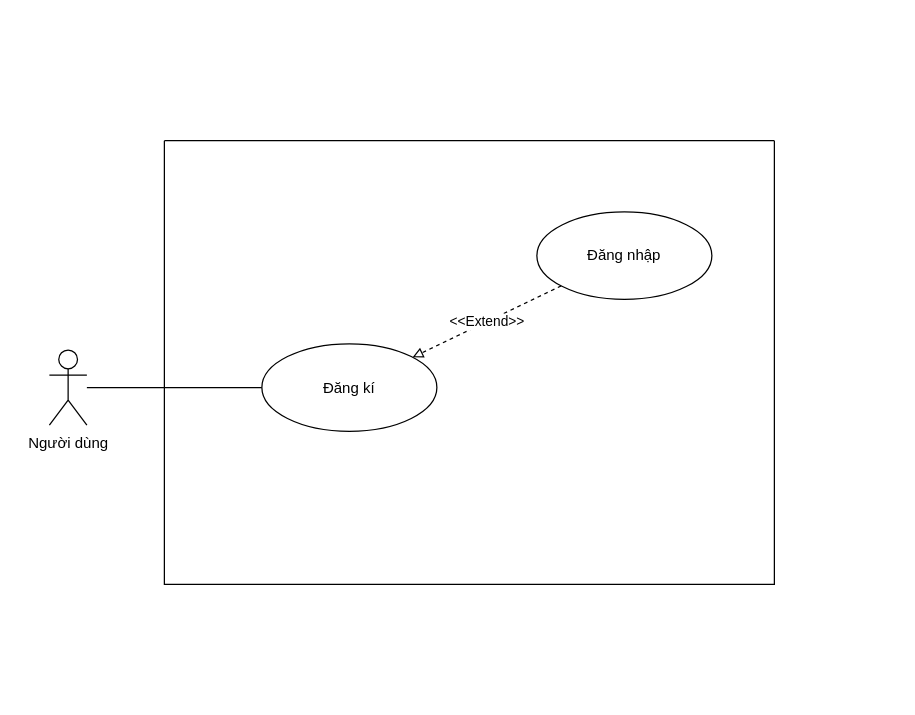
Above: Nam3_HK1/CNPM_SoftTech/Usecase Diagrams/UD_4_Purchase.drawio in EdgarIgnite16/SGU-Course (draw.io), before the change. Source tidied: cells renumbered, new cells numbered last; positions are measured from the earlier drawing's top-left corner, leaving out a move shared by most shapes. Both pictures are drawn from the tidied source at 125%, with x=0, y=0 at pixel (49, 140).
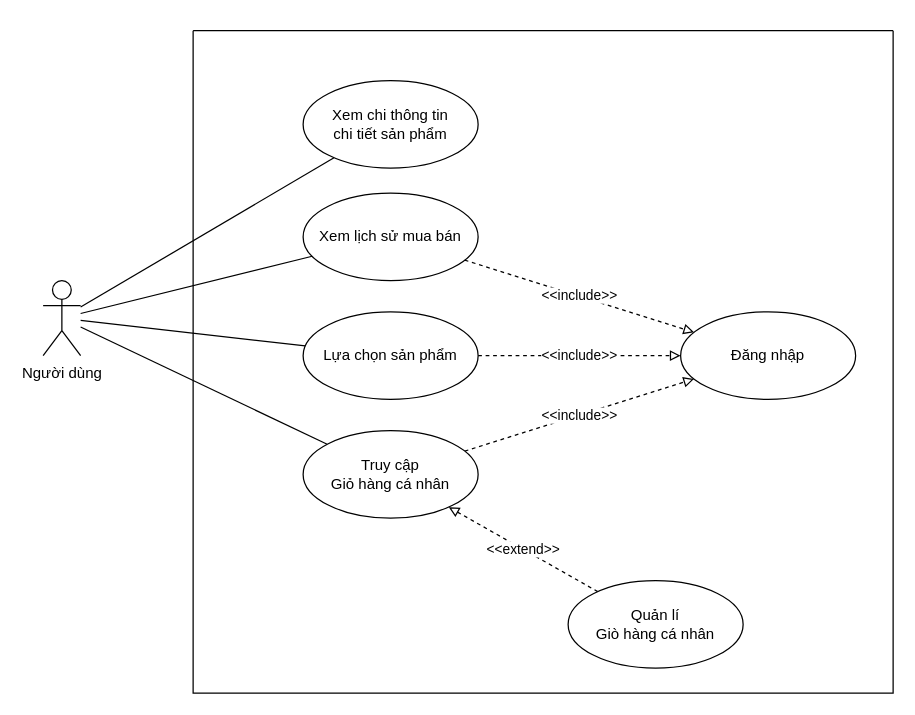
Above is the later version.

Diff of the diagram source:
```diff
@@
 <mxGraphModel>
   <root>
     <mxCell id="0" />
     <mxCell id="1" parent="0" />
     <mxCell id="2" style="rounded=0;jettySize=auto;html=1;endArrow=none;endFill=0;" parent="1" edge="1" source="3" target="5">
       <mxGeometry relative="1" as="geometry" />
     </mxCell>
+    <mxCell id="9" style="edgeStyle=none;rounded=0;jettySize=auto;html=1;startArrow=none;startFill=0;endArrow=none;endFill=0;" parent="1" edge="1" source="3" target="15">
+      <mxGeometry relative="1" as="geometry" />
+    </mxCell>
+    <mxCell id="10" style="edgeStyle=none;rounded=0;jettySize=auto;html=1;startArrow=none;startFill=0;endArrow=none;endFill=0;" parent="1" edge="1" source="3" target="16">
+      <mxGeometry relative="1" as="geometry" />
+    </mxCell>
     <mxCell id="3" value="Người dùng" style="shape=umlActor;verticalLabelPosition=bottom;verticalAlign=top;html=1;outlineConnect=0;" parent="1" vertex="1">
-      <mxGeometry y="167.5" width="30" height="60" as="geometry" />
+      <mxGeometry x="-5" y="112" width="30" height="60" as="geometry" />
     </mxCell>
     <mxCell id="4" style="swimlane;startSize=0;" parent="1" vertex="1">
-      <mxGeometry x="92" width="488" height="355" as="geometry" />
+      <mxGeometry x="115" y="-88" width="560" height="530" as="geometry" />
     </mxCell>
-    <mxCell id="5" value="Đăng kí" style="ellipse;whiteSpace=wrap;html=1;" parent="4" vertex="1">
-      <mxGeometry x="78" y="162.5" width="140" height="70" as="geometry" />
+    <mxCell id="5" value="Xem chi thông tin&lt;br&gt;chi tiết sản phẩm" style="ellipse;whiteSpace=wrap;html=1;" parent="4" vertex="1">
+      <mxGeometry x="88" y="40" width="140" height="70" as="geometry" />
     </mxCell>
-    <mxCell id="6" value="&amp;lt;&amp;lt;Extend&amp;gt;&amp;gt;" style="jettySize=auto;html=1;strokeColor=default;rounded=0;dashed=1;endArrow=block;endFill=0;" parent="4" edge="1" source="7" target="5">
-      <mxGeometry relative="1" as="geometry" />
-    </mxCell>
     <mxCell id="7" value="Đăng nhập" style="ellipse;whiteSpace=wrap;html=1;" parent="4" vertex="1">
-      <mxGeometry x="298" y="57" width="140" height="70" as="geometry" />
+      <mxGeometry x="390" y="225" width="140" height="70" as="geometry" />
     </mxCell>
+    <mxCell id="11" value="&amp;lt;&amp;lt;include&amp;gt;&amp;gt;" style="edgeStyle=none;rounded=0;jettySize=auto;html=1;startArrow=none;startFill=0;endArrow=block;endFill=0;dashed=1;" parent="4" edge="1" source="12" target="7">
+      <mxGeometry relative="1" as="geometry" />
+    </mxCell>
+    <mxCell id="12" value="Lựa chọn sản phẩm" style="ellipse;whiteSpace=wrap;html=1;" parent="4" vertex="1">
+      <mxGeometry x="88" y="225" width="140" height="70" as="geometry" />
+    </mxCell>
+    <mxCell id="13" value="&amp;lt;&amp;lt;include&amp;gt;&amp;gt;" style="edgeStyle=none;rounded=0;jettySize=auto;html=1;dashed=1;startArrow=none;startFill=0;endArrow=block;endFill=0;" parent="4" edge="1" source="15" target="7">
+      <mxGeometry relative="1" as="geometry" />
+    </mxCell>
+    <mxCell id="14" value="&amp;lt;&amp;lt;extend&amp;gt;&amp;gt;" style="edgeStyle=none;rounded=0;jettySize=auto;html=1;startArrow=block;startFill=0;endArrow=none;endFill=0;dashed=1;" parent="4" edge="1" source="15" target="18">
+      <mxGeometry relative="1" as="geometry" />
+    </mxCell>
+    <mxCell id="15" value="Truy cập&lt;br&gt;Giỏ hàng cá nhân" style="ellipse;whiteSpace=wrap;html=1;" parent="4" vertex="1">
+      <mxGeometry x="88" y="320" width="140" height="70" as="geometry" />
+    </mxCell>
+    <mxCell id="16" value="Xem lịch sử mua bán" style="ellipse;whiteSpace=wrap;html=1;" parent="4" vertex="1">
+      <mxGeometry x="88" y="130" width="140" height="70" as="geometry" />
+    </mxCell>
+    <mxCell id="17" value="&amp;lt;&amp;lt;include&amp;gt;&amp;gt;" style="edgeStyle=none;rounded=0;jettySize=auto;html=1;startArrow=none;startFill=0;endArrow=block;endFill=0;dashed=1;" parent="4" edge="1" source="16" target="7">
+      <mxGeometry relative="1" as="geometry" />
+    </mxCell>
+    <mxCell id="18" value="Quản lí&lt;br&gt;Giò hàng cá nhân" style="ellipse;whiteSpace=wrap;html=1;" parent="4" vertex="1">
+      <mxGeometry x="300" y="440" width="140" height="70" as="geometry" />
+    </mxCell>
     <mxCell id="8" style="edgeStyle=none;rounded=0;orthogonalLoop=1;jettySize=auto;html=1;exitX=0.5;exitY=0;exitDx=0;exitDy=0;dashed=1;strokeColor=default;" parent="1" edge="1" source="4" target="4">
       <mxGeometry relative="1" as="geometry" />
     </mxCell>
+    <mxCell id="19" style="rounded=0;jettySize=auto;html=1;endArrow=none;endFill=0;" parent="1" edge="1" source="3" target="12">
+      <mxGeometry relative="1" as="geometry" />
+    </mxCell>
   </root>
 </mxGraphModel>
```
